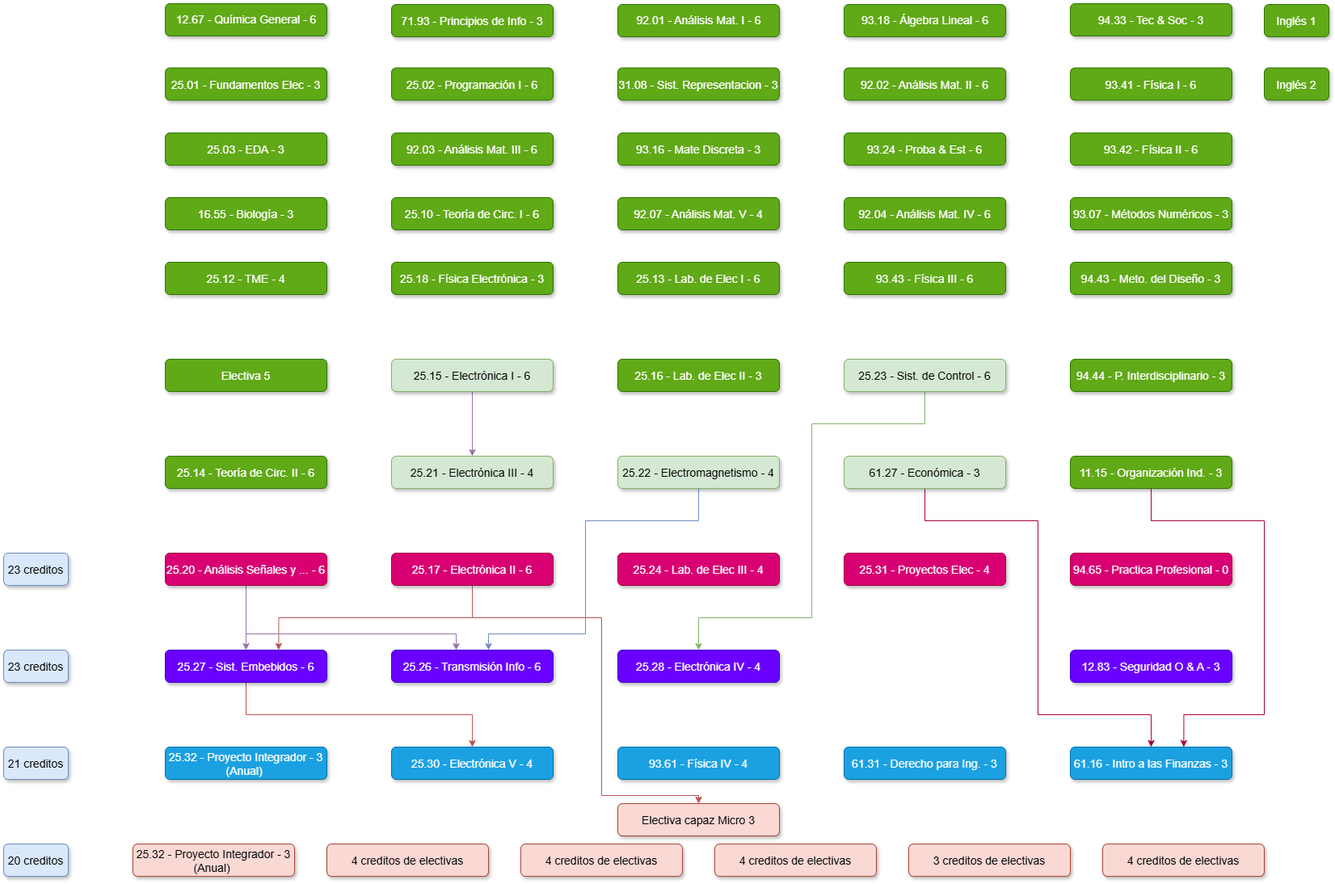
juanipla/K22 keeps this draw.io diagram as K22.drawio.png. Above is the earlier version. Source tidied: cells renumbered, new cells last; positions are measured from the earlier drawing's top-left corner, leaving out a move shared by most shapes.
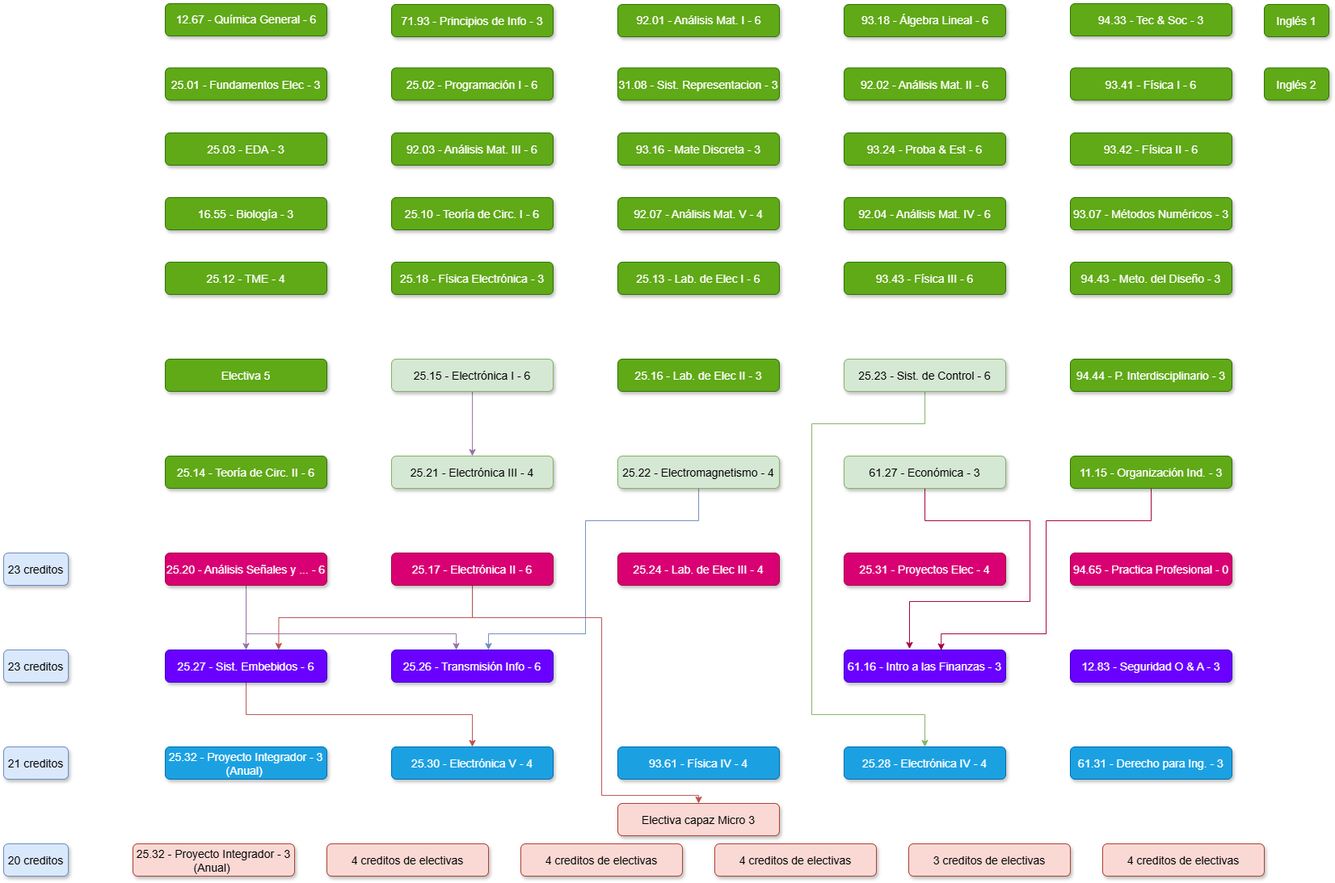
Above is the later version.

Diff of the diagram source:
```diff
@@ -124,8 +124,8 @@
         <Array as="points">
           <mxPoint x="1140" y="520" />
           <mxPoint x="1000" y="520" />
-          <mxPoint x="1000" y="760" />
-          <mxPoint x="860" y="760" />
+          <mxPoint x="1000" y="880" />
+          <mxPoint x="1140" y="880" />
         </Array>
       </mxGeometry>
     </mxCell>
@@ -149,29 +149,29 @@
     <mxCell id="36" value="25.26 - Transmisión Info - 6" style="rounded=1;fillColor=#6a00ff;strokeColor=#3700CC;shadow=1;fontStyle=0;fontSize=14;labelBorderColor=none;labelBackgroundColor=none;fontColor=#ffffff;" parent="1" vertex="1">
       <mxGeometry x="480" y="800" width="200" height="40" as="geometry" />
     </mxCell>
-    <mxCell id="37" value="25.28 - Electrónica IV - 4" style="rounded=1;fillColor=#6a00ff;strokeColor=#3700CC;shadow=1;fontStyle=0;fontSize=14;labelBorderColor=none;labelBackgroundColor=none;verticalAlign=middle;fontColor=#ffffff;" parent="1" vertex="1">
-      <mxGeometry x="760" y="800" width="200" height="40" as="geometry" />
+    <mxCell id="37" value="25.28 - Electrónica IV - 4" style="rounded=1;fillColor=#1ba1e2;strokeColor=#006EAF;shadow=1;fontStyle=0;fontSize=14;labelBorderColor=none;labelBackgroundColor=none;verticalAlign=middle;fontColor=#ffffff;" parent="1" vertex="1">
+      <mxGeometry x="1040" y="920" width="200" height="40" as="geometry" />
     </mxCell>
-    <mxCell id="38" style="edgeStyle=orthogonalEdgeStyle;rounded=0;jumpStyle=none;jettySize=auto;html=1;fillColor=#d80073;strokeColor=#A50040;exitX=0.5;exitY=1;exitDx=0;exitDy=0;" parent="1" edge="1" source="39" target="46">
+    <mxCell id="38" style="edgeStyle=orthogonalEdgeStyle;rounded=0;jumpStyle=none;jettySize=auto;html=1;fillColor=#d80073;strokeColor=#A50040;exitX=0.5;exitY=1;exitDx=0;exitDy=0;entryX=0.405;entryY=-0.032;entryDx=0;entryDy=0;entryPerimeter=0;" parent="1" edge="1" source="39" target="46">
       <mxGeometry relative="1" as="geometry">
         <Array as="points">
           <mxPoint x="1140" y="640" />
-          <mxPoint x="1280" y="640" />
-          <mxPoint x="1280" y="880" />
-          <mxPoint x="1420" y="880" />
+          <mxPoint x="1270" y="640" />
+          <mxPoint x="1270" y="740" />
+          <mxPoint x="1121" y="740" />
         </Array>
       </mxGeometry>
     </mxCell>
     <mxCell id="39" value="61.27 - Económica - 3" style="rounded=1;fillColor=#d5e8d4;strokeColor=#82b366;shadow=1;fontStyle=0;fontSize=14;labelBorderColor=none;labelBackgroundColor=none;verticalAlign=middle;" parent="1" vertex="1">
       <mxGeometry x="1040" y="560" width="200" height="40" as="geometry" />
     </mxCell>
-    <mxCell id="40" style="edgeStyle=orthogonalEdgeStyle;rounded=0;jumpStyle=none;jettySize=auto;html=1;entryX=0.702;entryY=-0.001;entryDx=0;entryDy=0;entryPerimeter=0;fillColor=#d80073;strokeColor=#A50040;exitX=0.5;exitY=1;exitDx=0;exitDy=0;" parent="1" edge="1" source="41" target="46">
+    <mxCell id="40" style="edgeStyle=orthogonalEdgeStyle;rounded=0;jumpStyle=none;jettySize=auto;html=1;entryX=0.601;entryY=0.012;entryDx=0;entryDy=0;entryPerimeter=0;fillColor=#d80073;strokeColor=#A50040;exitX=0.5;exitY=1;exitDx=0;exitDy=0;" parent="1" edge="1" source="41" target="46">
       <mxGeometry relative="1" as="geometry">
         <Array as="points">
           <mxPoint x="1420" y="640" />
-          <mxPoint x="1560" y="640" />
-          <mxPoint x="1560" y="880" />
-          <mxPoint x="1460" y="880" />
+          <mxPoint x="1290" y="640" />
+          <mxPoint x="1290" y="780" />
+          <mxPoint x="1160" y="780" />
         </Array>
       </mxGeometry>
     </mxCell>
@@ -190,11 +190,11 @@
     <mxCell id="45" value="12.83 - Seguridad O &amp; A - 3" style="rounded=1;fillColor=#6a00ff;strokeColor=#3700CC;shadow=1;fontStyle=0;fontSize=14;fontColor=#ffffff;labelBorderColor=none;labelBackgroundColor=none;verticalAlign=middle;" parent="1" vertex="1">
       <mxGeometry x="1320" y="800" width="200" height="40" as="geometry" />
     </mxCell>
-    <mxCell id="46" value="61.16 - Intro a las Finanzas - 3" style="rounded=1;fillColor=#1ba1e2;strokeColor=#006EAF;shadow=1;fontStyle=0;fontSize=14;labelBorderColor=none;labelBackgroundColor=none;verticalAlign=middle;fontColor=#ffffff;" parent="1" vertex="1">
-      <mxGeometry x="1320" y="920" width="200" height="40" as="geometry" />
+    <mxCell id="46" value="61.16 - Intro a las Finanzas - 3" style="rounded=1;fillColor=#6a00ff;strokeColor=#3700CC;shadow=1;fontStyle=0;fontSize=14;labelBorderColor=none;labelBackgroundColor=none;verticalAlign=middle;fontColor=#ffffff;" parent="1" vertex="1">
+      <mxGeometry x="1040" y="800" width="200" height="40" as="geometry" />
     </mxCell>
     <mxCell id="47" value="61.31 - Derecho para Ing. - 3" style="rounded=1;fillColor=#1ba1e2;strokeColor=#006EAF;shadow=1;fontStyle=0;fontSize=14;labelBorderColor=none;labelBackgroundColor=none;fontColor=#ffffff;" parent="1" vertex="1">
-      <mxGeometry x="1040" y="920" width="200" height="40" as="geometry" />
+      <mxGeometry x="1320" y="920" width="200" height="40" as="geometry" />
     </mxCell>
     <mxCell id="48" value="25.32 - Proyecto Integrador - 3&#10;(Anual) " style="rounded=1;fillColor=#fad9d5;strokeColor=#ae4132;shadow=1;fontStyle=0;fontSize=14;labelBorderColor=none;labelBackgroundColor=none;" parent="1" vertex="1">
       <mxGeometry x="160" y="1040" width="200" height="40" as="geometry" />
```
